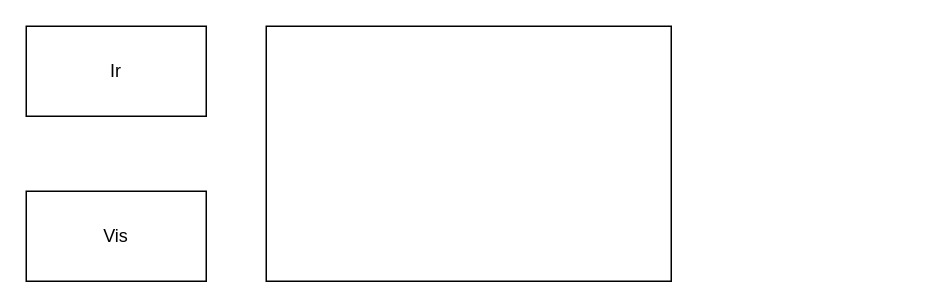
Above: method.drawio in Haosen-Wang/IVfusion_method1 (draw.io), before the change. Source tidied: cells renumbered, new cells numbered last; positions are measured from the earlier drawing's top-left corner, leaving out a move shared by most shapes. Both pictures are drawn from the tidied source at 150%, with x=0, y=0 at pixel (26, 26).
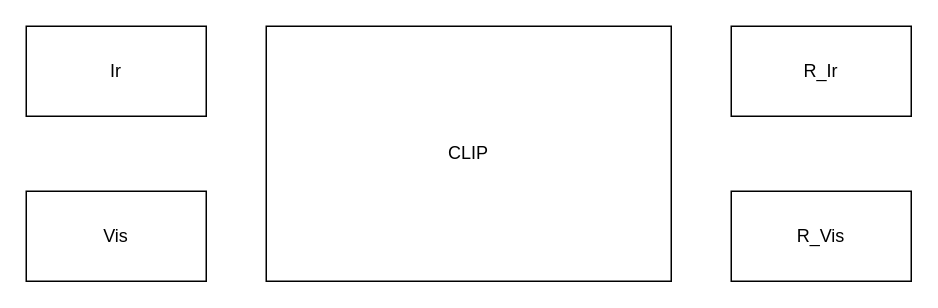
The same page after the edit.

What changed in the source:
```diff
@@
 <mxGraphModel>
   <root>
     <mxCell id="0" />
     <mxCell id="1" parent="0" />
     <mxCell id="2" value="Ir" style="rounded=0;whiteSpace=wrap;html=1;" parent="1" vertex="1">
       <mxGeometry width="120" height="60" as="geometry" />
     </mxCell>
     <mxCell id="3" value="Vis" style="rounded=0;whiteSpace=wrap;html=1;" parent="1" vertex="1">
       <mxGeometry y="110" width="120" height="60" as="geometry" />
     </mxCell>
-    <mxCell id="4" style="rounded=0;whiteSpace=wrap;html=1;" parent="1" vertex="1">
+    <mxCell id="4" value="CLIP" style="rounded=0;whiteSpace=wrap;html=1;" parent="1" vertex="1">
       <mxGeometry x="160" width="270" height="170" as="geometry" />
     </mxCell>
+    <mxCell id="5" value="R_Ir" style="rounded=0;whiteSpace=wrap;html=1;" parent="1" vertex="1">
+      <mxGeometry x="470" width="120" height="60" as="geometry" />
+    </mxCell>
+    <mxCell id="6" value="R_Vis" style="rounded=0;whiteSpace=wrap;html=1;" parent="1" vertex="1">
+      <mxGeometry x="470" y="110" width="120" height="60" as="geometry" />
+    </mxCell>
   </root>
 </mxGraphModel>
```
